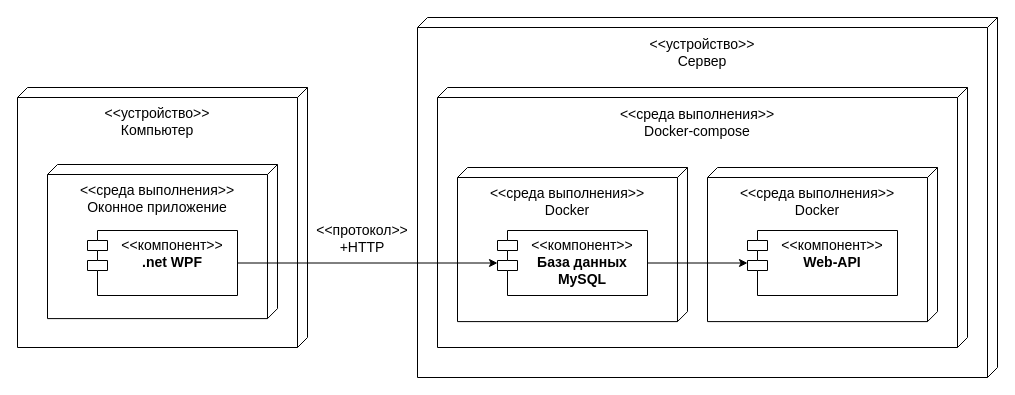
Above: uml.drawio in GSEvgenievich/CourseProject2025 (draw.io), before the change. Source tidied: cells renumbered, new cells numbered last; positions are measured from the earlier drawing's top-left corner, leaving out a move shared by most shapes. Both pictures are drawn from the tidied source at 100%, with x=0, y=0 at pixel (17, 17).
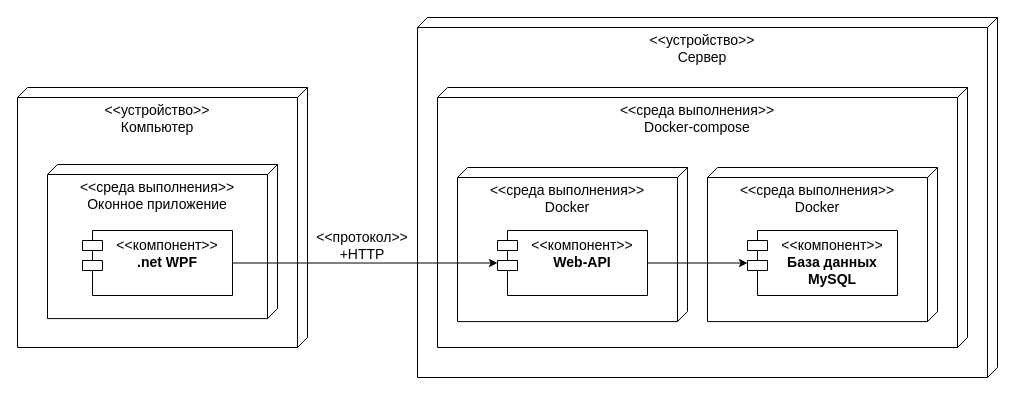
After the change.

The edit, as a diff of the source:
```diff
@@
-    <mxCell id="2" style="verticalAlign=top;align=left;spacingTop=8;spacingLeft=2;spacingRight=12;shape=cube;size=10;direction=south;fontStyle=4;html=1;whiteSpace=wrap;" parent="1" vertex="1">
+    <mxCell id="2" value="&lt;font style=&quot;font-size: 14px;&quot;&gt;&amp;lt;&amp;lt;устройство&amp;gt;&amp;gt;&lt;/font&gt;&lt;div style=&quot;border-color: var(--border-color);&quot;&gt;&lt;font style=&quot;font-size: 14px;&quot;&gt;Сервер&lt;/font&gt;&lt;/div&gt;" style="verticalAlign=top;align=center;spacingTop=8;spacingLeft=2;spacingRight=12;shape=cube;size=10;direction=south;fontStyle=0;html=1;whiteSpace=wrap;fontSize=14;" parent="1" vertex="1">
       <mxGeometry x="400" width="580" height="360" as="geometry" />
     </mxCell>
-    <mxCell id="3" value="&amp;lt;&amp;lt;устройство&amp;gt;&amp;gt;&lt;div style=&quot;font-size: 14px;&quot;&gt;Сервер&lt;/div&gt;" style="text;html=1;whiteSpace=wrap;strokeColor=none;fillColor=none;align=center;verticalAlign=middle;rounded=0;fontSize=14;" parent="1" vertex="1">
-      <mxGeometry x="400" y="20" width="570" height="30" as="geometry" />
-    </mxCell>
-    <mxCell id="4" style="verticalAlign=top;align=left;spacingTop=8;spacingLeft=2;spacingRight=12;shape=cube;size=10;direction=south;fontStyle=4;html=1;whiteSpace=wrap;" parent="1" vertex="1">
+    <mxCell id="4" value="&amp;lt;&amp;lt;среда выполнения&amp;gt;&amp;gt;&lt;div style=&quot;border-color: var(--border-color);&quot;&gt;Docker-compose&lt;/div&gt;" style="verticalAlign=top;align=center;spacingTop=8;spacingLeft=2;spacingRight=12;shape=cube;size=10;direction=south;fontStyle=0;html=1;whiteSpace=wrap;fontSize=14;" parent="1" vertex="1">
       <mxGeometry x="420" y="70" width="530" height="260" as="geometry" />
     </mxCell>
-    <mxCell id="5" value="&amp;lt;&amp;lt;среда выполнения&amp;gt;&amp;gt;&lt;div style=&quot;font-size: 14px;&quot;&gt;Docker-compose&lt;/div&gt;" style="text;html=1;whiteSpace=wrap;strokeColor=none;fillColor=none;align=center;verticalAlign=middle;rounded=0;fontSize=14;" parent="1" vertex="1">
-      <mxGeometry x="420" y="90" width="520" height="30" as="geometry" />
-    </mxCell>
-    <mxCell id="6" style="group;" parent="1" vertex="1">
+    <mxCell id="6" style="group;fontSize=14;fontStyle=0;" parent="1" vertex="1">
       <mxGeometry y="70" width="290" height="260" as="geometry" />
     </mxCell>
-    <mxCell id="7" style="verticalAlign=top;align=left;spacingTop=8;spacingLeft=2;spacingRight=12;shape=cube;size=10;direction=south;fontStyle=4;html=1;whiteSpace=wrap;" parent="6" vertex="1">
+    <mxCell id="7" value="&lt;font style=&quot;font-size: 14px;&quot;&gt;&amp;lt;&amp;lt;устройство&amp;gt;&amp;gt;&lt;/font&gt;&lt;div style=&quot;border-color: var(--border-color); font-size: 14px;&quot;&gt;&lt;font style=&quot;font-size: 14px;&quot;&gt;Компьютер&lt;/font&gt;&lt;/div&gt;" style="verticalAlign=top;align=center;spacingTop=8;spacingLeft=2;spacingRight=12;shape=cube;size=10;direction=south;fontStyle=0;html=1;whiteSpace=wrap;" parent="6" vertex="1">
       <mxGeometry width="290" height="260" as="geometry" />
     </mxCell>
-    <mxCell id="8" style="verticalAlign=top;align=left;spacingTop=8;spacingLeft=2;spacingRight=12;shape=cube;size=10;direction=south;fontStyle=4;html=1;whiteSpace=wrap;" parent="6" vertex="1">
+    <mxCell id="8" value="&lt;font style=&quot;font-size: 14px;&quot;&gt;&amp;lt;&amp;lt;среда выполнения&amp;gt;&amp;gt;&lt;/font&gt;&lt;div style=&quot;border-color: var(--border-color); font-size: 14px;&quot;&gt;&lt;font style=&quot;font-size: 14px;&quot;&gt;Оконное приложение&lt;/font&gt;&lt;/div&gt;&lt;div style=&quot;border-color: var(--border-color); font-size: 14px;&quot;&gt;&lt;br style=&quot;border-color: var(--border-color);&quot;&gt;&lt;/div&gt;" style="verticalAlign=top;align=center;spacingTop=8;spacingLeft=2;spacingRight=12;shape=cube;size=10;direction=south;fontStyle=0;html=1;whiteSpace=wrap;" parent="6" vertex="1">
       <mxGeometry x="30" y="77" width="230" height="154.1" as="geometry" />
     </mxCell>
-    <mxCell id="9" value="&amp;lt;&amp;lt;устройство&amp;gt;&amp;gt;&lt;div style=&quot;font-size: 14px;&quot;&gt;Компьютер&lt;/div&gt;" style="text;html=1;whiteSpace=wrap;strokeColor=none;fillColor=none;align=center;verticalAlign=middle;rounded=0;fontSize=14;" parent="6" vertex="1">
-      <mxGeometry y="19.3" width="280" height="28.9" as="geometry" />
-    </mxCell>
-    <mxCell id="10" value="&amp;lt;&amp;lt;среда выполнения&amp;gt;&amp;gt;&lt;div style=&quot;font-size: 14px;&quot;&gt;Оконное приложение&lt;/div&gt;" style="text;html=1;whiteSpace=wrap;strokeColor=none;fillColor=none;align=center;verticalAlign=middle;rounded=0;fontSize=14;" parent="6" vertex="1">
-      <mxGeometry x="30" y="96.3" width="220" height="28.9" as="geometry" />
-    </mxCell>
-    <mxCell id="11" value="&lt;font style=&quot;font-size: 14px;&quot;&gt;&amp;lt;&amp;lt;компонент&amp;gt;&amp;gt;&lt;br&gt;&lt;/font&gt;&lt;b style=&quot;border-color: var(--border-color); font-size: 14px;&quot;&gt;.net WPF&lt;/b&gt;" style="shape=module;align=left;spacingLeft=20;align=center;verticalAlign=top;whiteSpace=wrap;html=1;" parent="6" vertex="1">
-      <mxGeometry x="70" y="143" width="150" height="65" as="geometry" />
+    <mxCell id="11" value="&lt;font style=&quot;font-size: 14px;&quot;&gt;&amp;lt;&amp;lt;компонент&amp;gt;&amp;gt;&lt;br style=&quot;font-size: 14px;&quot;&gt;&lt;/font&gt;&lt;b style=&quot;border-color: var(--border-color); font-size: 14px;&quot;&gt;.net WPF&lt;/b&gt;" style="shape=module;align=left;spacingLeft=20;align=center;verticalAlign=top;whiteSpace=wrap;html=1;fontSize=14;" parent="6" vertex="1">
+      <mxGeometry x="65" y="143" width="150" height="65" as="geometry" />
     </mxCell>
     <mxCell id="12" value="&amp;lt;&amp;lt;протокол&amp;gt;&amp;gt;&lt;br&gt;+HTTP" style="text;html=1;whiteSpace=wrap;strokeColor=none;fillColor=none;align=center;verticalAlign=middle;rounded=0;fontSize=14;" parent="1" vertex="1">
-      <mxGeometry x="300" y="200" width="90" height="42" as="geometry" />
+      <mxGeometry x="300" y="210" width="90" height="35" as="geometry" />
     </mxCell>
-    <mxCell id="13" style="verticalAlign=top;align=left;spacingTop=8;spacingLeft=2;spacingRight=12;shape=cube;size=10;direction=south;fontStyle=4;html=1;whiteSpace=wrap;" parent="1" vertex="1">
+    <mxCell id="13" value="&amp;lt;&amp;lt;среда выполнения&amp;gt;&amp;gt;&lt;div style=&quot;border-color: var(--border-color);&quot;&gt;Docker&lt;/div&gt;" style="verticalAlign=top;align=center;spacingTop=8;spacingLeft=2;spacingRight=12;shape=cube;size=10;direction=south;fontStyle=0;html=1;whiteSpace=wrap;fontSize=14;" parent="1" vertex="1">
       <mxGeometry x="440" y="150" width="230" height="154.1" as="geometry" />
     </mxCell>
-    <mxCell id="14" value="&amp;lt;&amp;lt;среда выполнения&amp;gt;&amp;gt;&lt;div style=&quot;border-color: var(--border-color);&quot;&gt;Docker&lt;/div&gt;" style="text;html=1;whiteSpace=wrap;strokeColor=none;fillColor=none;align=center;verticalAlign=middle;rounded=0;fontSize=14;" parent="1" vertex="1">
-      <mxGeometry x="440" y="169.3" width="220" height="28.9" as="geometry" />
-    </mxCell>
-    <mxCell id="15" value="&lt;font style=&quot;font-size: 14px;&quot;&gt;&amp;lt;&amp;lt;компонент&amp;gt;&amp;gt;&lt;br&gt;&lt;/font&gt;&lt;b style=&quot;border-color: var(--border-color); font-size: 14px;&quot;&gt;База данных MySQL&lt;/b&gt;" style="shape=module;align=left;spacingLeft=20;align=center;verticalAlign=top;whiteSpace=wrap;html=1;" parent="1" vertex="1">
+    <mxCell id="15" value="&lt;font style=&quot;font-size: 14px;&quot;&gt;&amp;lt;&amp;lt;компонент&amp;gt;&amp;gt;&lt;br style=&quot;font-size: 14px;&quot;&gt;&lt;/font&gt;&lt;b style=&quot;border-color: var(--border-color); font-size: 14px;&quot;&gt;Web-API&lt;/b&gt;" style="shape=module;align=left;spacingLeft=20;align=center;verticalAlign=top;whiteSpace=wrap;html=1;fontSize=14;" parent="1" vertex="1">
       <mxGeometry x="480" y="213" width="150" height="65" as="geometry" />
     </mxCell>
-    <mxCell id="16" style="verticalAlign=top;align=left;spacingTop=8;spacingLeft=2;spacingRight=12;shape=cube;size=10;direction=south;fontStyle=4;html=1;whiteSpace=wrap;" parent="1" vertex="1">
+    <mxCell id="16" value="&amp;lt;&amp;lt;среда выполнения&amp;gt;&amp;gt;&lt;div style=&quot;border-color: var(--border-color);&quot;&gt;Docker&lt;/div&gt;" style="verticalAlign=top;align=center;spacingTop=8;spacingLeft=2;spacingRight=12;shape=cube;size=10;direction=south;fontStyle=0;html=1;whiteSpace=wrap;fontSize=14;" parent="1" vertex="1">
       <mxGeometry x="690" y="150" width="230" height="154.1" as="geometry" />
     </mxCell>
-    <mxCell id="17" value="&amp;lt;&amp;lt;среда выполнения&amp;gt;&amp;gt;&lt;div style=&quot;border-color: var(--border-color);&quot;&gt;Docker&lt;/div&gt;" style="text;html=1;whiteSpace=wrap;strokeColor=none;fillColor=none;align=center;verticalAlign=middle;rounded=0;fontSize=14;" parent="1" vertex="1">
-      <mxGeometry x="690" y="169.3" width="220" height="28.9" as="geometry" />
-    </mxCell>
-    <mxCell id="18" value="&lt;font style=&quot;font-size: 14px;&quot;&gt;&amp;lt;&amp;lt;компонент&amp;gt;&amp;gt;&lt;br&gt;&lt;/font&gt;&lt;b style=&quot;border-color: var(--border-color); font-size: 14px;&quot;&gt;Web-API&lt;/b&gt;" style="shape=module;align=left;spacingLeft=20;align=center;verticalAlign=top;whiteSpace=wrap;html=1;" parent="1" vertex="1">
+    <mxCell id="18" value="&lt;font style=&quot;font-size: 14px;&quot;&gt;&amp;lt;&amp;lt;компонент&amp;gt;&amp;gt;&lt;br style=&quot;font-size: 14px;&quot;&gt;&lt;/font&gt;&lt;b style=&quot;border-color: var(--border-color); font-size: 14px;&quot;&gt;База данных MySQL&lt;/b&gt;" style="shape=module;align=left;spacingLeft=20;align=center;verticalAlign=top;whiteSpace=wrap;html=1;fontSize=14;" parent="1" vertex="1">
       <mxGeometry x="730" y="213" width="150" height="65" as="geometry" />
     </mxCell>
```
